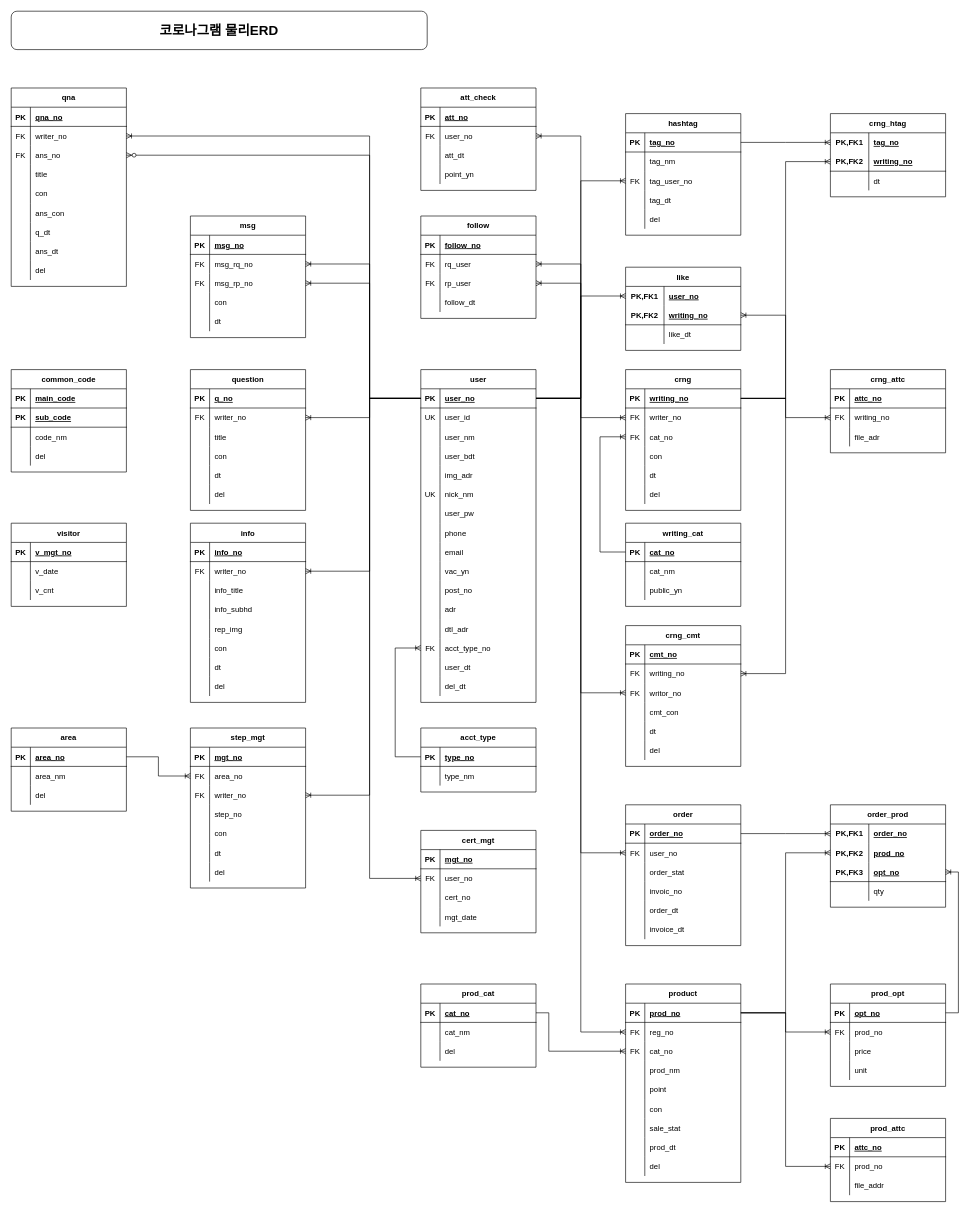
fullishment/base keeps this draw.io diagram as page "물리ERD" (2 of 2) of 논리ERD.drawio. Above is the earlier version. Source tidied: cells renumbered, new cells numbered last; positions are measured from the earlier drawing's top-left corner, leaving out a move shared by most shapes. Both pictures are drawn from the tidied source at 64%, with x=0, y=0 at pixel (11, 11).
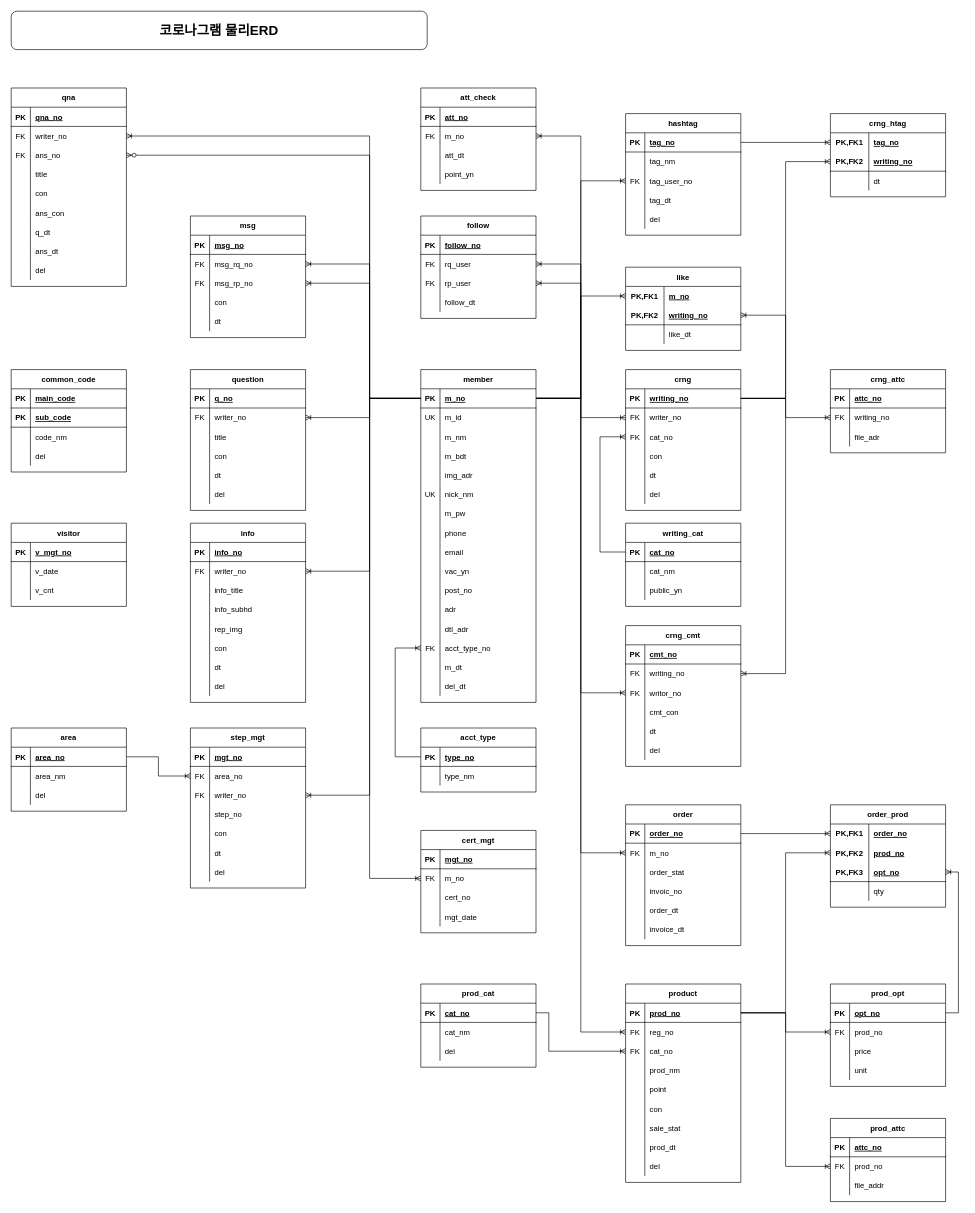
After the change.

Unchanged cells that the change refers to:
```xml
<mxCell id="3" style="shape=partialRectangle;fillColor=none;top=0;left=0;bottom=1;right=0;points=[[0,0.5],[1,0.5]];portConstraint=eastwest;" parent="2" vertex="1">
  <mxGeometry y="30" width="180" height="30" as="geometry" />
</mxCell>
<mxCell id="6" style="shape=partialRectangle;fillColor=none;top=0;left=0;bottom=0;right=0;" parent="2" vertex="1">
  <mxGeometry y="60" width="180" height="30" as="geometry" />
</mxCell>
<mxCell id="9" style="shape=partialRectangle;fillColor=none;top=0;left=0;bottom=0;right=0;" parent="2" vertex="1">
  <mxGeometry y="90" width="180" height="30" as="geometry" />
</mxCell>
<mxCell id="12" style="shape=partialRectangle;fillColor=none;top=0;left=0;bottom=0;right=0;" parent="2" vertex="1">
  <mxGeometry y="120" width="180" height="30" as="geometry" />
</mxCell>
<mxCell id="21" style="shape=partialRectangle;fillColor=none;top=0;left=0;bottom=0;right=0;" parent="2" vertex="1">
  <mxGeometry y="210" width="180" height="30" as="geometry" />
</mxCell>
<mxCell id="45" style="shape=partialRectangle;fillColor=none;top=0;left=0;bottom=0;right=0;" parent="2" vertex="1">
  <mxGeometry y="450" width="180" height="30" as="geometry" />
</mxCell>
<mxCell id="55" style="shape=partialRectangle;fillColor=none;top=0;left=0;bottom=0;right=0;points=[[0,0.5],[1,0.5]];portConstraint=eastwest;" parent="51" vertex="1">
  <mxGeometry y="60" width="180" height="30" as="geometry" />
</mxCell>
<mxCell id="137" style="shape=partialRectangle;fillColor=none;top=0;left=0;bottom=0;right=0;points=[[0,0.5],[1,0.5]];portConstraint=eastwest;" parent="136" vertex="1">
  <mxGeometry y="30" width="180" height="30" as="geometry" />
</mxCell>
<mxCell id="182" style="shape=partialRectangle;fillColor=none;top=0;left=0;bottom=0;right=0;points=[[0,0.5],[1,0.5]];portConstraint=eastwest;" parent="178" vertex="1">
  <mxGeometry y="60" width="180" height="30" as="geometry" />
</mxCell>
<mxCell id="389" style="shape=partialRectangle;fillColor=none;top=0;left=0;bottom=0;right=0;points=[[0,0.5],[1,0.5]];portConstraint=eastwest;" parent="385" vertex="1">
  <mxGeometry y="60" width="180" height="30" as="geometry" />
</mxCell>
```

Diff of the diagram source:
```diff
@@
-    <mxCell id="2" value="user" style="shape=table;startSize=30;childLayout=tableLayout;rowLines=0;fontStyle=1;align=center;" parent="1" vertex="1">
+    <mxCell id="2" value="member" style="shape=table;startSize=30;childLayout=tableLayout;rowLines=0;fontStyle=1;align=center;" parent="1" vertex="1">
       <mxGeometry x="640" y="560" width="180" height="520" as="geometry" />
     </mxCell>
@@
-    <mxCell id="5" value="user_no" style="shape=partialRectangle;fillColor=none;top=0;left=0;bottom=0;right=0;align=left;spacingLeft=6;fontStyle=5;overflow=hidden;" parent="3" vertex="1">
+    <mxCell id="5" value="m_no" style="shape=partialRectangle;fillColor=none;top=0;left=0;bottom=0;right=0;align=left;spacingLeft=6;fontStyle=5;overflow=hidden;" parent="3" vertex="1">
       <mxGeometry x="30" width="150" height="30" as="geometry" />
     </mxCell>
@@
-    <mxCell id="8" value="user_id" style="shape=partialRectangle;fillColor=none;top=0;left=0;bottom=0;right=0;align=left;spacingLeft=6;overflow=hidden;" parent="6" vertex="1">
+    <mxCell id="8" value="m_id" style="shape=partialRectangle;fillColor=none;top=0;left=0;bottom=0;right=0;align=left;spacingLeft=6;overflow=hidden;" parent="6" vertex="1">
       <mxGeometry x="30" width="150" height="30" as="geometry" />
     </mxCell>
@@
-    <mxCell id="11" value="user_nm" style="shape=partialRectangle;fillColor=none;top=0;left=0;bottom=0;right=0;align=left;spacingLeft=6;overflow=hidden;" parent="9" vertex="1">
+    <mxCell id="11" value="m_nm" style="shape=partialRectangle;fillColor=none;top=0;left=0;bottom=0;right=0;align=left;spacingLeft=6;overflow=hidden;" parent="9" vertex="1">
       <mxGeometry x="30" width="150" height="30" as="geometry" />
     </mxCell>
@@
-    <mxCell id="14" value="user_bdt" style="shape=partialRectangle;fillColor=none;top=0;left=0;bottom=0;right=0;align=left;spacingLeft=6;overflow=hidden;" parent="12" vertex="1">
+    <mxCell id="14" value="m_bdt" style="shape=partialRectangle;fillColor=none;top=0;left=0;bottom=0;right=0;align=left;spacingLeft=6;overflow=hidden;" parent="12" vertex="1">
       <mxGeometry x="30" width="150" height="30" as="geometry" />
     </mxCell>
@@
-    <mxCell id="23" value="user_pw" style="shape=partialRectangle;fillColor=none;top=0;left=0;bottom=0;right=0;align=left;spacingLeft=6;overflow=hidden;" parent="21" vertex="1">
+    <mxCell id="23" value="m_pw" style="shape=partialRectangle;fillColor=none;top=0;left=0;bottom=0;right=0;align=left;spacingLeft=6;overflow=hidden;" parent="21" vertex="1">
       <mxGeometry x="30" width="150" height="30" as="geometry" />
     </mxCell>
@@
-    <mxCell id="47" value="user_dt" style="shape=partialRectangle;fillColor=none;top=0;left=0;bottom=0;right=0;align=left;spacingLeft=6;overflow=hidden;" parent="45" vertex="1">
+    <mxCell id="47" value="m_dt" style="shape=partialRectangle;fillColor=none;top=0;left=0;bottom=0;right=0;align=left;spacingLeft=6;overflow=hidden;" parent="45" vertex="1">
       <mxGeometry x="30" width="150" height="30" as="geometry" />
     </mxCell>
@@
-    <mxCell id="57" value="user_no" style="shape=partialRectangle;fillColor=none;top=0;left=0;bottom=0;right=0;align=left;spacingLeft=6;overflow=hidden;" parent="55" vertex="1">
+    <mxCell id="57" value="m_no" style="shape=partialRectangle;fillColor=none;top=0;left=0;bottom=0;right=0;align=left;spacingLeft=6;overflow=hidden;" parent="55" vertex="1">
       <mxGeometry x="30" width="150" height="30" as="geometry" />
     </mxCell>
@@
-    <mxCell id="139" value="user_no" style="shape=partialRectangle;fillColor=none;top=0;left=0;bottom=0;right=0;align=left;spacingLeft=6;fontStyle=5;overflow=hidden;" parent="137" vertex="1">
+    <mxCell id="139" value="m_no" style="shape=partialRectangle;fillColor=none;top=0;left=0;bottom=0;right=0;align=left;spacingLeft=6;fontStyle=5;overflow=hidden;" parent="137" vertex="1">
       <mxGeometry x="60" width="120" height="30" as="geometry" />
     </mxCell>
@@
-    <mxCell id="184" value="user_no" style="shape=partialRectangle;fillColor=none;top=0;left=0;bottom=0;right=0;align=left;spacingLeft=6;overflow=hidden;" parent="182" vertex="1">
+    <mxCell id="184" value="m_no" style="shape=partialRectangle;fillColor=none;top=0;left=0;bottom=0;right=0;align=left;spacingLeft=6;overflow=hidden;" parent="182" vertex="1">
       <mxGeometry x="30" width="150" height="30" as="geometry" />
     </mxCell>
@@
-    <mxCell id="391" value="user_no" style="shape=partialRectangle;fillColor=none;top=0;left=0;bottom=0;right=0;align=left;spacingLeft=6;overflow=hidden;" parent="389" vertex="1">
+    <mxCell id="391" value="m_no" style="shape=partialRectangle;fillColor=none;top=0;left=0;bottom=0;right=0;align=left;spacingLeft=6;overflow=hidden;" parent="389" vertex="1">
       <mxGeometry x="30" width="150" height="30" as="geometry" />
     </mxCell>
```
